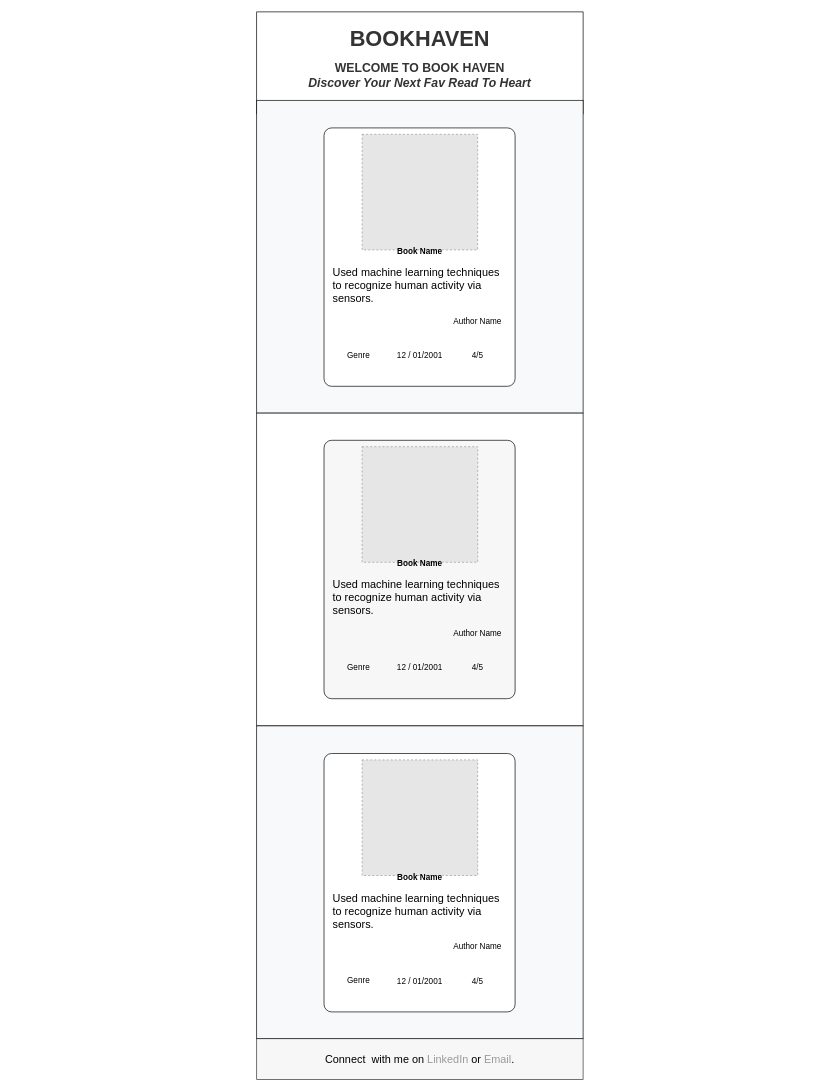
dumpalisharathchandrareddy/bookhaven-vue keeps this draw.io diagram as Mobileview of Bookhaven .drawio. Above is the earlier version. Source tidied: cells renumbered, new cells numbered last; positions are measured from the earlier drawing's top-left corner, leaving out a move shared by most shapes. Both pictures are drawn from the tidied source at 68%, with x=0, y=0 at pixel (12, 12). Pictures stored in the file or linked from it are replaced by grey dashed boxes.
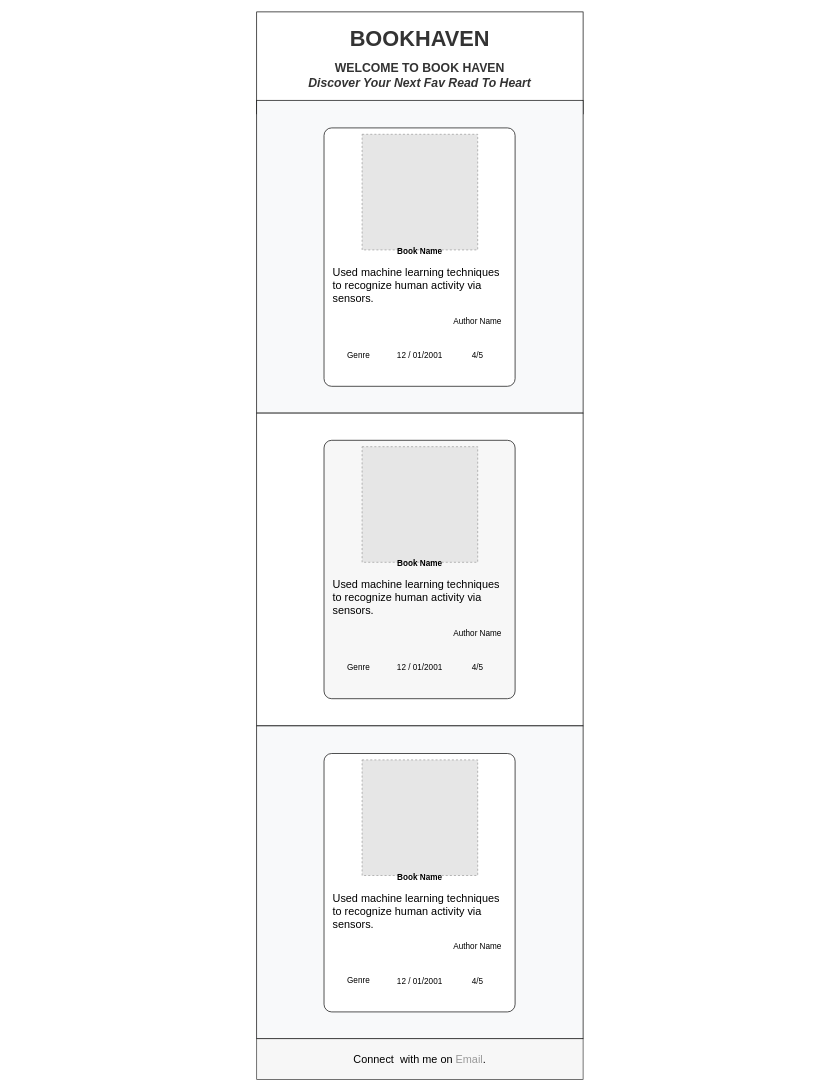
The same diagram, later.

The change refers to these unchanged cells:
```xml
<mxCell id="16" style="group;" parent="1" vertex="1">
  <mxGeometry x="360" y="1510" width="480" height="60" as="geometry" />
</mxCell>
```

What changed in the source:
```diff
@@
-    <mxCell id="18" value="&lt;font style=&quot;font-size: 16px;&quot;&gt;Connect&amp;nbsp; with me on &lt;font color=&quot;#999999&quot;&gt;LinkedIn&lt;/font&gt; or &lt;font color=&quot;#999999&quot;&gt;Email&lt;/font&gt;.&lt;/font&gt;" style="text;html=1;align=center;verticalAlign=middle;whiteSpace=wrap;rounded=0;" parent="16" vertex="1">
+    <mxCell id="18" value="&lt;font style=&quot;font-size: 16px;&quot;&gt;Connect&amp;nbsp; with me on &lt;font color=&quot;#999999&quot;&gt;Email&lt;/font&gt;.&lt;/font&gt;" style="text;html=1;align=center;verticalAlign=middle;whiteSpace=wrap;rounded=0;" parent="16" vertex="1">
       <mxGeometry width="480" height="60" as="geometry" />
     </mxCell>
```
